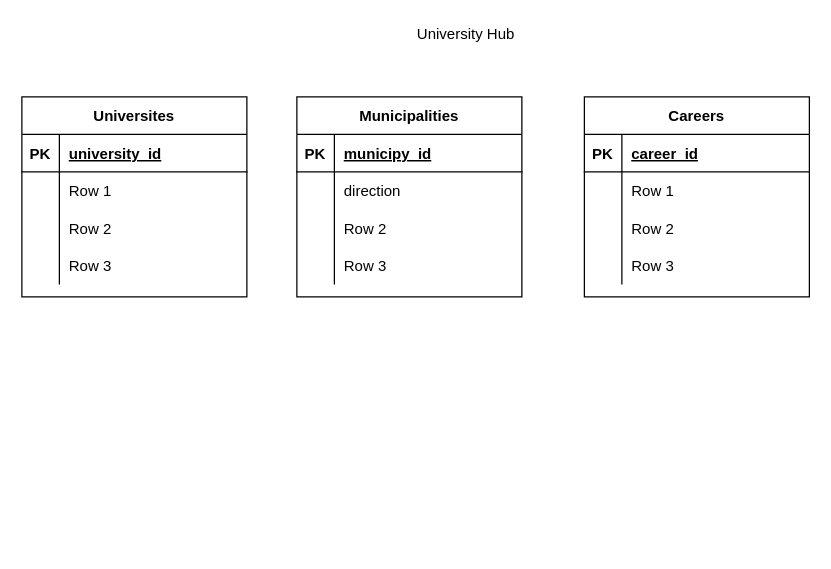
This is Untitled Diagram.drawio from University-Hub/Entity-Relationship-Model, a draw.io file, before an edit. Source tidied: cells renumbered, new cells numbered last; positions are measured from the earlier drawing's top-left corner, leaving out a move shared by most shapes. Both pictures are drawn from the tidied source at 125%, with x=0, y=0 at pixel (21, 21).
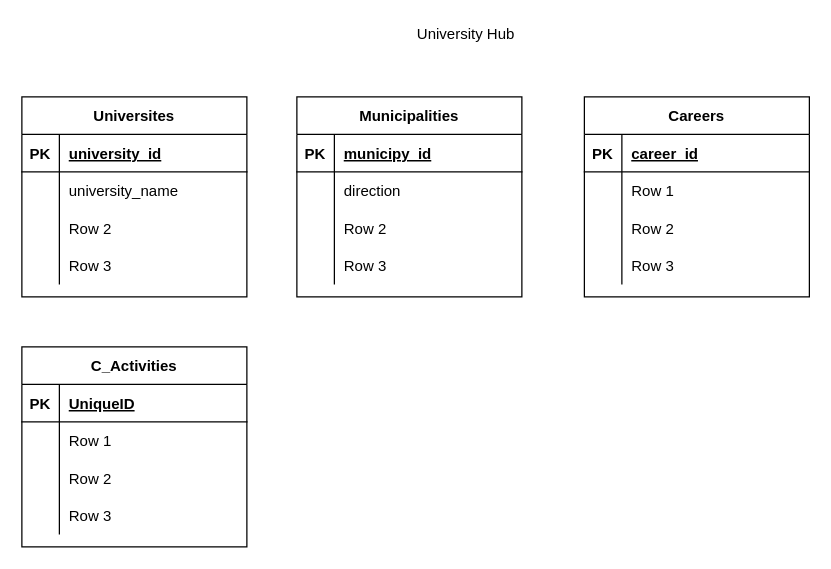
After the change.

The change refers to these unchanged cells:
```xml
<mxCell id="7" style="shape=partialRectangle;fillColor=none;top=0;left=0;bottom=0;right=0;" parent="3" vertex="1">
  <mxGeometry y="60" width="180" height="30" as="geometry" />
</mxCell>
```

Diff of the diagram source:
```diff
@@
-    <mxCell id="9" value="Row 1" style="shape=partialRectangle;fillColor=none;top=0;left=0;bottom=0;right=0;align=left;spacingLeft=6;overflow=hidden;" parent="7" vertex="1">
+    <mxCell id="9" value="university_name" style="shape=partialRectangle;fillColor=none;top=0;left=0;bottom=0;right=0;align=left;spacingLeft=6;overflow=hidden;" parent="7" vertex="1">
       <mxGeometry x="30" width="150" height="30" as="geometry" />
     </mxCell>
@@
+    <mxCell id="42" value="C_Activities" style="shape=table;startSize=30;childLayout=tableLayout;rowLines=0;fontStyle=1;align=center;" parent="1" vertex="1">
+      <mxGeometry y="260" width="180" height="160" as="geometry" />
+    </mxCell>
+    <mxCell id="43" style="shape=partialRectangle;fillColor=none;top=0;left=0;bottom=1;right=0;" parent="42" vertex="1">
+      <mxGeometry y="30" width="180" height="30" as="geometry" />
+    </mxCell>
+    <mxCell id="44" value="PK" style="shape=partialRectangle;fillColor=none;top=0;left=0;bottom=0;right=0;fontStyle=1;overflow=hidden;" parent="43" vertex="1">
+      <mxGeometry width="30" height="30" as="geometry" />
+    </mxCell>
+    <mxCell id="45" value="UniqueID" style="shape=partialRectangle;fillColor=none;top=0;left=0;bottom=0;right=0;align=left;spacingLeft=6;fontStyle=5;overflow=hidden;" parent="43" vertex="1">
+      <mxGeometry x="30" width="150" height="30" as="geometry" />
+    </mxCell>
+    <mxCell id="46" style="shape=partialRectangle;fillColor=none;top=0;left=0;bottom=0;right=0;" parent="42" vertex="1">
+      <mxGeometry y="60" width="180" height="30" as="geometry" />
+    </mxCell>
+    <mxCell id="47" style="shape=partialRectangle;fillColor=none;top=0;left=0;bottom=0;right=0;overflow=hidden;" parent="46" vertex="1">
+      <mxGeometry width="30" height="30" as="geometry" />
+    </mxCell>
+    <mxCell id="48" value="Row 1" style="shape=partialRectangle;fillColor=none;top=0;left=0;bottom=0;right=0;align=left;spacingLeft=6;overflow=hidden;" parent="46" vertex="1">
+      <mxGeometry x="30" width="150" height="30" as="geometry" />
+    </mxCell>
+    <mxCell id="49" style="shape=partialRectangle;fillColor=none;top=0;left=0;bottom=0;right=0;" parent="42" vertex="1">
+      <mxGeometry y="90" width="180" height="30" as="geometry" />
+    </mxCell>
+    <mxCell id="50" style="shape=partialRectangle;fillColor=none;top=0;left=0;bottom=0;right=0;overflow=hidden;" parent="49" vertex="1">
+      <mxGeometry width="30" height="30" as="geometry" />
+    </mxCell>
+    <mxCell id="51" value="Row 2" style="shape=partialRectangle;fillColor=none;top=0;left=0;bottom=0;right=0;align=left;spacingLeft=6;overflow=hidden;" parent="49" vertex="1">
+      <mxGeometry x="30" width="150" height="30" as="geometry" />
+    </mxCell>
+    <mxCell id="52" style="shape=partialRectangle;fillColor=none;top=0;left=0;bottom=0;right=0;" parent="42" vertex="1">
+      <mxGeometry y="120" width="180" height="30" as="geometry" />
+    </mxCell>
+    <mxCell id="53" style="shape=partialRectangle;fillColor=none;top=0;left=0;bottom=0;right=0;overflow=hidden;" parent="52" vertex="1">
+      <mxGeometry width="30" height="30" as="geometry" />
+    </mxCell>
+    <mxCell id="54" value="Row 3" style="shape=partialRectangle;fillColor=none;top=0;left=0;bottom=0;right=0;align=left;spacingLeft=6;overflow=hidden;" parent="52" vertex="1">
+      <mxGeometry x="30" width="150" height="30" as="geometry" />
+    </mxCell>
```
